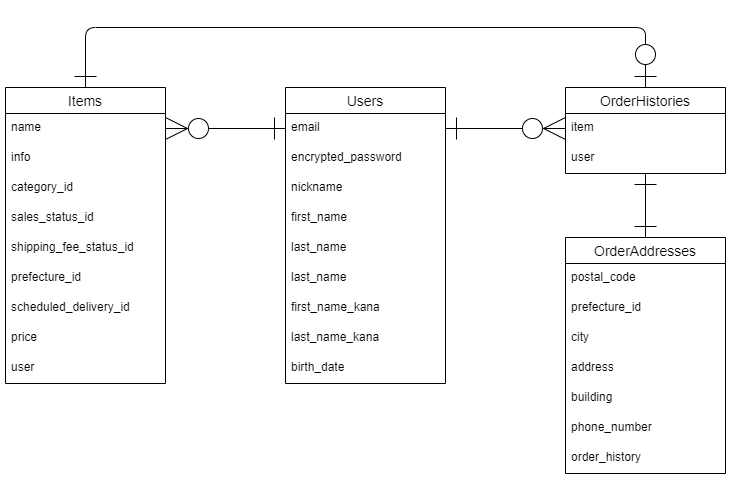
Koji5/furima-39167 keeps this draw.io diagram as public/ER図.png. Above is the earlier version. Source tidied: cells renumbered, new cells last; positions are measured from the earlier drawing's top-left corner, leaving out a move shared by most shapes. Its diagram source:
```xml
<mxGraphModel>
  <root>
    <mxCell id="0" />
    <mxCell id="1" parent="0" />
    <mxCell id="2" value="Users" style="swimlane;fontStyle=0;horizontal=1;startSize=26;align=center;fontSize=14;rounded=0;" parent="1" vertex="1">
      <mxGeometry x="280" y="60" width="160" height="296" as="geometry" />
    </mxCell>
    <mxCell id="3" value="email" style="text;strokeColor=none;fillColor=none;spacingLeft=4;spacingRight=4;overflow=hidden;points=[[0,0.5],[1,0.5]];portConstraint=eastwest;fontSize=12;rounded=0;" parent="2" vertex="1">
      <mxGeometry y="26" width="160" height="30" as="geometry" />
    </mxCell>
    <mxCell id="4" value="encrypted_password" style="text;strokeColor=none;fillColor=none;spacingLeft=4;spacingRight=4;overflow=hidden;fontSize=12;rounded=0;" parent="2" vertex="1">
      <mxGeometry y="56" width="160" height="30" as="geometry" />
    </mxCell>
    <mxCell id="5" value="nickname" style="text;strokeColor=none;fillColor=none;spacingLeft=4;spacingRight=4;overflow=hidden;fontSize=12;rounded=0;" parent="2" vertex="1">
      <mxGeometry y="86" width="160" height="30" as="geometry" />
    </mxCell>
    <mxCell id="6" value="first_name" style="text;strokeColor=none;fillColor=none;spacingLeft=4;spacingRight=4;overflow=hidden;fontSize=12;rounded=0;" parent="2" vertex="1">
      <mxGeometry y="116" width="160" height="30" as="geometry" />
    </mxCell>
    <mxCell id="7" value="last_name" style="text;strokeColor=none;fillColor=none;spacingLeft=4;spacingRight=4;overflow=hidden;fontSize=12;rounded=0;" parent="2" vertex="1">
      <mxGeometry y="146" width="160" height="30" as="geometry" />
    </mxCell>
    <mxCell id="8" value="last_name" style="text;strokeColor=none;fillColor=none;spacingLeft=4;spacingRight=4;overflow=hidden;fontSize=12;rounded=0;" parent="2" vertex="1">
      <mxGeometry y="176" width="160" height="30" as="geometry" />
    </mxCell>
    <mxCell id="9" value="first_name_kana" style="text;strokeColor=none;fillColor=none;spacingLeft=4;spacingRight=4;overflow=hidden;fontSize=12;rounded=0;" parent="2" vertex="1">
      <mxGeometry y="206" width="160" height="30" as="geometry" />
    </mxCell>
    <mxCell id="10" value="last_name_kana" style="text;strokeColor=none;fillColor=none;spacingLeft=4;spacingRight=4;overflow=hidden;fontSize=12;rounded=0;" parent="2" vertex="1">
      <mxGeometry y="236" width="160" height="30" as="geometry" />
    </mxCell>
    <mxCell id="11" value="birth_date" style="text;strokeColor=none;fillColor=none;spacingLeft=4;spacingRight=4;overflow=hidden;fontSize=12;rounded=0;" parent="2" vertex="1">
      <mxGeometry y="266" width="160" height="30" as="geometry" />
    </mxCell>
    <mxCell id="12" value="Items" style="swimlane;fontStyle=0;horizontal=1;startSize=26;align=center;fontSize=14;rounded=0;" parent="1" vertex="1">
      <mxGeometry y="60" width="160" height="296" as="geometry" />
    </mxCell>
    <mxCell id="13" value="name" style="text;strokeColor=none;fillColor=none;spacingLeft=4;spacingRight=4;overflow=hidden;points=[[0,0.5],[1,0.5]];portConstraint=eastwest;fontSize=12;rounded=0;" parent="12" vertex="1">
      <mxGeometry y="26" width="160" height="30" as="geometry" />
    </mxCell>
    <mxCell id="14" value="info" style="text;strokeColor=none;fillColor=none;spacingLeft=4;spacingRight=4;overflow=hidden;fontSize=12;rounded=0;" parent="12" vertex="1">
      <mxGeometry y="56" width="160" height="30" as="geometry" />
    </mxCell>
    <mxCell id="15" value="category_id" style="text;strokeColor=none;fillColor=none;spacingLeft=4;spacingRight=4;overflow=hidden;fontSize=12;rounded=0;" parent="12" vertex="1">
      <mxGeometry y="86" width="160" height="30" as="geometry" />
    </mxCell>
    <mxCell id="16" value="sales_status_id" style="text;strokeColor=none;fillColor=none;spacingLeft=4;spacingRight=4;overflow=hidden;fontSize=12;rounded=0;" parent="12" vertex="1">
      <mxGeometry y="116" width="160" height="30" as="geometry" />
    </mxCell>
    <mxCell id="17" value="shipping_fee_status_id" style="text;strokeColor=none;fillColor=none;spacingLeft=4;spacingRight=4;overflow=hidden;fontSize=12;rounded=0;" parent="12" vertex="1">
      <mxGeometry y="146" width="160" height="30" as="geometry" />
    </mxCell>
    <mxCell id="18" value="prefecture_id" style="text;strokeColor=none;fillColor=none;spacingLeft=4;spacingRight=4;overflow=hidden;fontSize=12;rounded=0;" parent="12" vertex="1">
      <mxGeometry y="176" width="160" height="30" as="geometry" />
    </mxCell>
    <mxCell id="19" value="scheduled_delivery_id" style="text;strokeColor=none;fillColor=none;spacingLeft=4;spacingRight=4;overflow=hidden;fontSize=12;rounded=0;" parent="12" vertex="1">
      <mxGeometry y="206" width="160" height="30" as="geometry" />
    </mxCell>
    <mxCell id="20" value="price" style="text;strokeColor=none;fillColor=none;spacingLeft=4;spacingRight=4;overflow=hidden;fontSize=12;rounded=0;" parent="12" vertex="1">
      <mxGeometry y="236" width="160" height="30" as="geometry" />
    </mxCell>
    <mxCell id="21" value="user" style="text;strokeColor=none;fillColor=none;spacingLeft=4;spacingRight=4;overflow=hidden;fontSize=12;rounded=0;" parent="12" vertex="1">
      <mxGeometry y="266" width="160" height="30" as="geometry" />
    </mxCell>
    <mxCell id="22" value="OrderHistories" style="swimlane;fontStyle=0;horizontal=1;startSize=26;align=center;fontSize=14;rounded=0;" parent="1" vertex="1">
      <mxGeometry x="560" y="60" width="160" height="86" as="geometry" />
    </mxCell>
    <mxCell id="23" value="item" style="text;strokeColor=none;fillColor=none;spacingLeft=4;spacingRight=4;overflow=hidden;points=[[0,0.5],[1,0.5]];portConstraint=eastwest;fontSize=12;rounded=0;" parent="22" vertex="1">
      <mxGeometry y="26" width="160" height="30" as="geometry" />
    </mxCell>
    <mxCell id="24" value="user" style="text;strokeColor=none;fillColor=none;spacingLeft=4;spacingRight=4;overflow=hidden;points=[[0,0.5],[1,0.5]];portConstraint=eastwest;fontSize=12;rounded=0;" parent="22" vertex="1">
      <mxGeometry y="56" width="160" height="30" as="geometry" />
    </mxCell>
    <mxCell id="25" style="edgeStyle=orthogonalEdgeStyle;html=1;endSize=20;startSize=20;startArrow=ERone;startFill=0;endArrow=ERzeroToOne;endFill=0;entryX=0.5;entryY=0;entryDx=0;entryDy=0;exitX=0.5;exitY=0;exitDx=0;exitDy=0;" parent="1" edge="1" source="12" target="22">
      <mxGeometry relative="1" as="geometry">
        <Array as="points">
          <mxPoint x="80" />
          <mxPoint x="640" />
        </Array>
      </mxGeometry>
    </mxCell>
    <mxCell id="26" style="html=1;startArrow=ERone;startFill=0;endArrow=ERzeroToMany;endFill=0;startSize=20;endSize=20;" parent="1" edge="1" source="3" target="13">
      <mxGeometry relative="1" as="geometry" />
    </mxCell>
    <mxCell id="27" style="html=1;startArrow=ERone;startFill=0;endArrow=ERzeroToMany;endFill=0;startSize=20;endSize=20;elbow=vertical;exitX=1;exitY=0.5;exitDx=0;exitDy=0;" parent="1" edge="1" source="3" target="23">
      <mxGeometry relative="1" as="geometry" />
    </mxCell>
    <mxCell id="28" value="OrderAddresses" style="swimlane;fontStyle=0;horizontal=1;startSize=26;align=center;fontSize=14;" parent="1" vertex="1">
      <mxGeometry x="560" y="210" width="160" height="236" as="geometry" />
    </mxCell>
    <mxCell id="29" value="postal_code" style="text;strokeColor=none;fillColor=none;spacingLeft=4;spacingRight=4;overflow=hidden;fontSize=12;rounded=0;" parent="28" vertex="1">
      <mxGeometry y="26" width="160" height="30" as="geometry" />
    </mxCell>
    <mxCell id="30" value="prefecture_id" style="text;strokeColor=none;fillColor=none;spacingLeft=4;spacingRight=4;overflow=hidden;fontSize=12;rounded=0;" parent="28" vertex="1">
      <mxGeometry y="56" width="160" height="30" as="geometry" />
    </mxCell>
    <mxCell id="31" value="city" style="text;strokeColor=none;fillColor=none;spacingLeft=4;spacingRight=4;overflow=hidden;fontSize=12;rounded=0;" parent="28" vertex="1">
      <mxGeometry y="86" width="160" height="30" as="geometry" />
    </mxCell>
    <mxCell id="32" value="address" style="text;strokeColor=none;fillColor=none;spacingLeft=4;spacingRight=4;overflow=hidden;fontSize=12;rounded=0;" parent="28" vertex="1">
      <mxGeometry y="116" width="160" height="30" as="geometry" />
    </mxCell>
    <mxCell id="33" value="building" style="text;strokeColor=none;fillColor=none;spacingLeft=4;spacingRight=4;overflow=hidden;fontSize=12;rounded=0;" parent="28" vertex="1">
      <mxGeometry y="146" width="160" height="30" as="geometry" />
    </mxCell>
    <mxCell id="34" value="phone_number" style="text;strokeColor=none;fillColor=none;spacingLeft=4;spacingRight=4;overflow=hidden;fontSize=12;rounded=0;" parent="28" vertex="1">
      <mxGeometry y="176" width="160" height="30" as="geometry" />
    </mxCell>
    <mxCell id="35" value="order_history" style="text;strokeColor=none;fillColor=none;spacingLeft=4;spacingRight=4;overflow=hidden;fontSize=12;rounded=0;" parent="28" vertex="1">
      <mxGeometry y="206" width="160" height="30" as="geometry" />
    </mxCell>
    <mxCell id="36" style="html=1;startArrow=ERone;startFill=0;endArrow=ERone;endFill=0;startSize=20;endSize=20;elbow=vertical;exitX=0.5;exitY=0;exitDx=0;exitDy=0;" parent="1" edge="1" source="28" target="24">
      <mxGeometry relative="1" as="geometry" />
    </mxCell>
  </root>
</mxGraphModel>
```
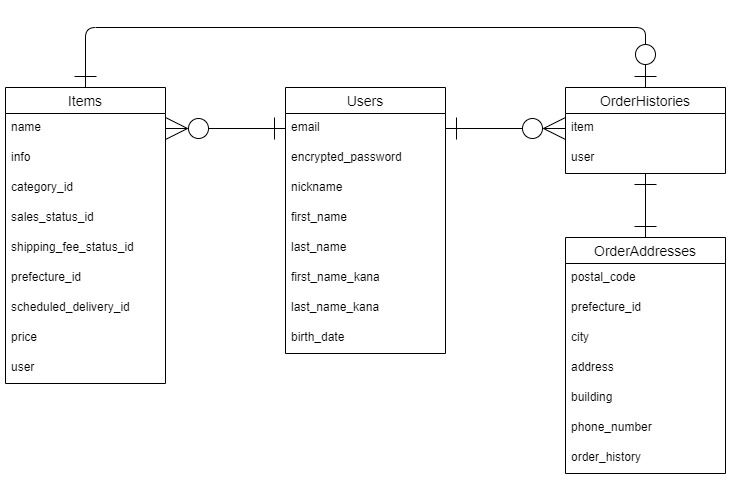
After the commit.

Change to the diagram source:
```diff
@@ -3,7 +3,7 @@
     <mxCell id="0" />
     <mxCell id="1" parent="0" />
     <mxCell id="2" value="Users" style="swimlane;fontStyle=0;horizontal=1;startSize=26;align=center;fontSize=14;rounded=0;" parent="1" vertex="1">
-      <mxGeometry x="280" y="60" width="160" height="296" as="geometry" />
+      <mxGeometry x="280" y="60" width="160" height="266" as="geometry" />
     </mxCell>
     <mxCell id="3" value="email" style="text;strokeColor=none;fillColor=none;spacingLeft=4;spacingRight=4;overflow=hidden;points=[[0,0.5],[1,0.5]];portConstraint=eastwest;fontSize=12;rounded=0;" parent="2" vertex="1">
       <mxGeometry y="26" width="160" height="30" as="geometry" />
@@ -20,17 +20,14 @@
     <mxCell id="7" value="last_name" style="text;strokeColor=none;fillColor=none;spacingLeft=4;spacingRight=4;overflow=hidden;fontSize=12;rounded=0;" parent="2" vertex="1">
       <mxGeometry y="146" width="160" height="30" as="geometry" />
     </mxCell>
-    <mxCell id="8" value="last_name" style="text;strokeColor=none;fillColor=none;spacingLeft=4;spacingRight=4;overflow=hidden;fontSize=12;rounded=0;" parent="2" vertex="1">
-      <mxGeometry y="176" width="160" height="30" as="geometry" />
-    </mxCell>
     <mxCell id="9" value="first_name_kana" style="text;strokeColor=none;fillColor=none;spacingLeft=4;spacingRight=4;overflow=hidden;fontSize=12;rounded=0;" parent="2" vertex="1">
-      <mxGeometry y="206" width="160" height="30" as="geometry" />
+      <mxGeometry y="176" width="160" height="30" as="geometry" />
     </mxCell>
     <mxCell id="10" value="last_name_kana" style="text;strokeColor=none;fillColor=none;spacingLeft=4;spacingRight=4;overflow=hidden;fontSize=12;rounded=0;" parent="2" vertex="1">
-      <mxGeometry y="236" width="160" height="30" as="geometry" />
+      <mxGeometry y="206" width="160" height="30" as="geometry" />
     </mxCell>
     <mxCell id="11" value="birth_date" style="text;strokeColor=none;fillColor=none;spacingLeft=4;spacingRight=4;overflow=hidden;fontSize=12;rounded=0;" parent="2" vertex="1">
-      <mxGeometry y="266" width="160" height="30" as="geometry" />
+      <mxGeometry y="236" width="160" height="30" as="geometry" />
     </mxCell>
     <mxCell id="12" value="Items" style="swimlane;fontStyle=0;horizontal=1;startSize=26;align=center;fontSize=14;rounded=0;" parent="1" vertex="1">
       <mxGeometry y="60" width="160" height="296" as="geometry" />
```
